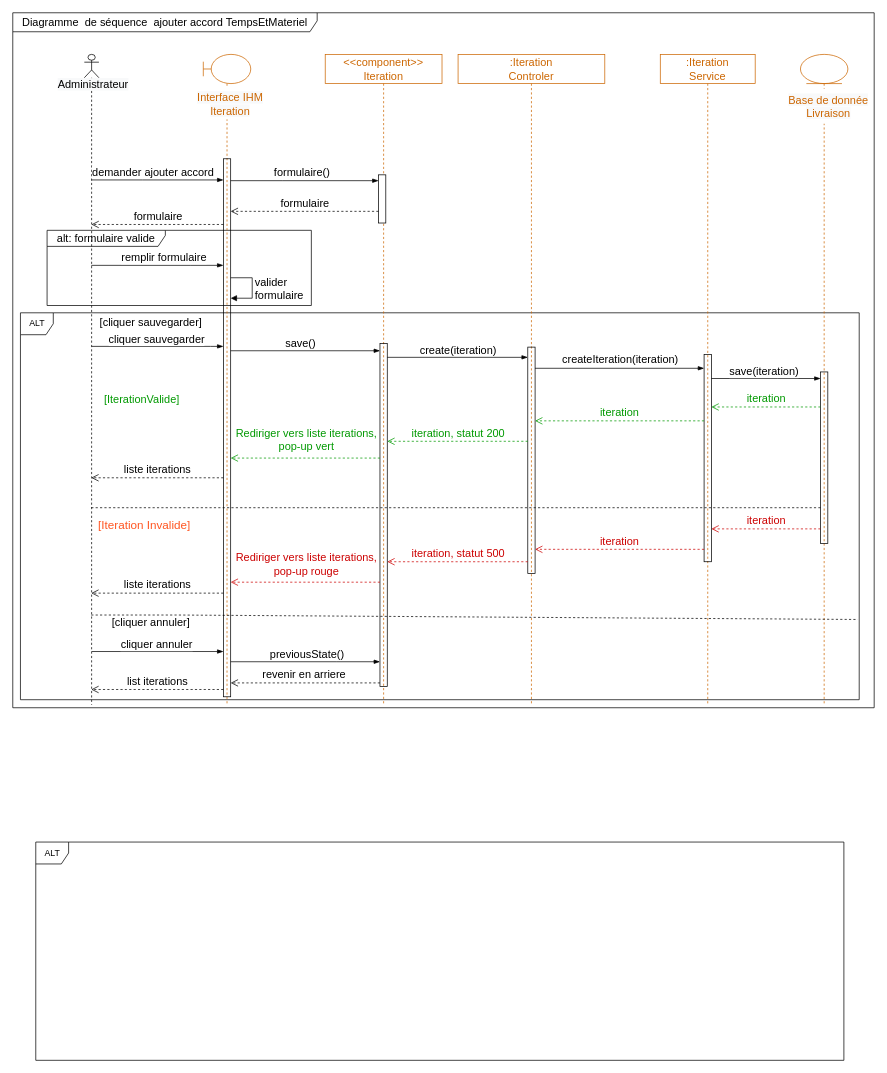
This is Delivery/Iteration&taskDiagrammeSequence.drawio from ZidiMedAmine/UML, a draw.io file, before an edit. Source tidied: cells renumbered, new cells numbered last; positions are measured from the earlier drawing's top-left corner, leaving out a move shared by most shapes. Both pictures are drawn from the tidied source at 73%, with x=0, y=0 at pixel (12, 12).
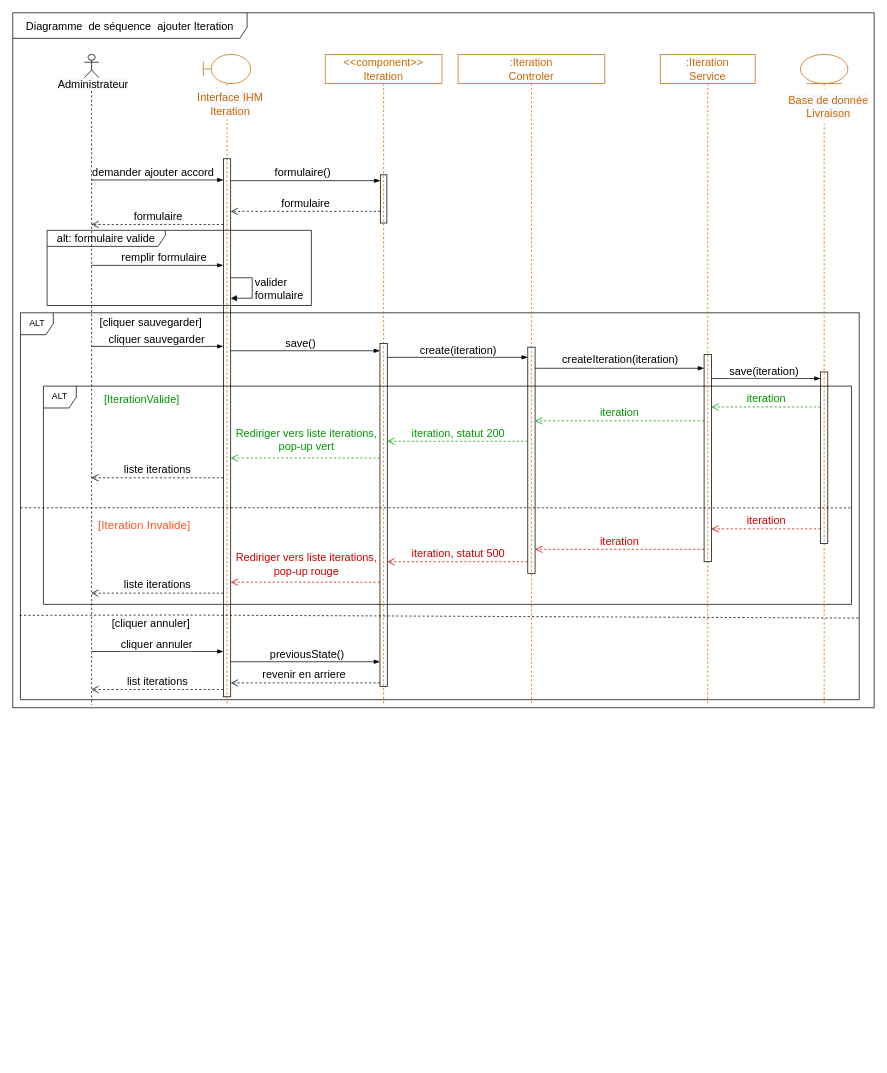
The same page after the edit.

Commit message (it also covers changes not shown here):
Mettre à jour Iteration&taskDiagrammeSequence.drawio

Unchanged cells that the change refers to:
```xml
<mxCell id="3" value="ALT" style="shape=umlFrame;whiteSpace=wrap;html=1;width=45;height=30;" parent="1" vertex="1">
  <mxGeometry x="10.5" y="411" width="1149" height="530" as="geometry" />
</mxCell>
<mxCell id="8" style="shape=umlLifeline;participant=umlActor;perimeter=lifelinePerimeter;whiteSpace=wrap;html=1;verticalAlign=top;spacingTop=36;outlineConnect=0;fillColor=none;size=32;sketch=0;shadow=0;rounded=0;glass=0;" parent="1" vertex="1">
  <mxGeometry x="98" y="57" width="20" height="891" as="geometry" />
</mxCell>
<mxCell id="13" style="html=1;points=[];perimeter=orthogonalPerimeter;rounded=0;shadow=0;glass=0;sketch=0;fontSize=15;fillColor=none;" parent="12" vertex="1">
  <mxGeometry x="27.5" y="435" width="10" height="235" as="geometry" />
</mxCell>
<mxCell id="27" value="&amp;lt;&amp;lt;component&amp;gt;&amp;gt;&lt;br&gt;Iteration" style="shape=umlLifeline;perimeter=lifelinePerimeter;whiteSpace=wrap;html=1;rounded=0;shadow=0;glass=0;sketch=0;fillColor=none;fontSize=15;fontColor=#CC6600;strokeColor=#CC6600;" parent="1" vertex="1">
  <mxGeometry x="428" y="57" width="160" height="891" as="geometry" />
</mxCell>
```

Change to the diagram source:
```diff
@@
-    <mxCell id="2" value="Diagramme&amp;nbsp; de séquence&amp;nbsp; ajouter accord TempsEtMateriel" style="shape=umlFrame;whiteSpace=wrap;html=1;rounded=0;shadow=0;glass=0;sketch=0;fontSize=15;fillColor=none;width=417;height=26;" parent="1" vertex="1">
+    <mxCell id="2" value="Diagramme&amp;nbsp; de séquence&amp;nbsp; ajouter Iteration" style="shape=umlFrame;whiteSpace=wrap;html=1;rounded=0;shadow=0;glass=0;sketch=0;fontSize=15;fillColor=none;width=321;height=35;" parent="1" vertex="1">
       <mxGeometry width="1180" height="952" as="geometry" />
     </mxCell>
@@
+    <mxCell id="62" value="ALT" style="shape=umlFrame;whiteSpace=wrap;html=1;width=45;height=30;" parent="1" vertex="1">
+      <mxGeometry x="42" y="511.4" width="1107" height="299" as="geometry" />
+    </mxCell>
@@
-    <mxCell id="7" style="edgeStyle=none;rounded=0;jettySize=auto;html=1;fontSize=15;fontColor=#000000;strokeColor=#000000;endArrow=none;endFill=0;dashed=1;" parent="1" edge="1" target="13">
+    <mxCell id="7" style="edgeStyle=none;rounded=0;jettySize=auto;html=1;fontSize=15;fontColor=#000000;strokeColor=#000000;endArrow=none;endFill=0;dashed=1;exitX=0;exitY=0.504;exitDx=0;exitDy=0;exitPerimeter=0;entryX=1;entryY=0.558;entryDx=0;entryDy=0;entryPerimeter=0;" parent="1" edge="1" source="3" target="62">
       <mxGeometry relative="1" as="geometry">
-        <mxPoint x="107.5" y="678" as="sourcePoint" />
         <Array as="points">
           <mxPoint x="226" y="678" />
         </Array>
       </mxGeometry>
     </mxCell>
@@
-    <mxCell id="28" style="html=1;points=[];perimeter=orthogonalPerimeter;" parent="27" vertex="1">
-      <mxGeometry x="73" y="165" width="10" height="66" as="geometry" />
+    <mxCell id="28" style="html=1;points=[];perimeter=orthogonalPerimeter;fontSize=15;fillColor=none;rounded=0;shadow=0;glass=0;sketch=0;" parent="27" vertex="1">
+      <mxGeometry x="75.5" y="165" width="9" height="66" as="geometry" />
     </mxCell>
@@
     <mxCell id="52" value="&lt;div style=&quot;text-align: left;&quot;&gt;&lt;span style=&quot;color: rgb(0, 0, 0); text-align: center; background-color: rgb(255, 255, 255);&quot;&gt;&lt;font style=&quot;font-size: 15px;&quot;&gt;[cliquer annuler]&lt;/font&gt;&lt;/span&gt;&lt;br&gt;&lt;/div&gt;" style="text;html=1;strokeColor=none;fillColor=none;align=center;verticalAlign=bottom;whiteSpace=wrap;rounded=0;fontSize=15;fontColor=#009900;" parent="1" vertex="1">
-      <mxGeometry x="114.9" y="822" width="148.5" height="24.4" as="geometry" />
+      <mxGeometry x="114.9" y="824" width="148.5" height="24.4" as="geometry" />
     </mxCell>
@@
-    <mxCell id="55" style="edgeStyle=none;rounded=0;jettySize=auto;html=1;fontSize=15;fontColor=#000000;strokeColor=#000000;endArrow=none;endFill=0;dashed=1;entryX=0.981;entryY=0.873;entryDx=0;entryDy=0;entryPerimeter=0;" parent="1" edge="1" source="8" target="2">
+    <mxCell id="55" style="edgeStyle=none;rounded=0;orthogonalLoop=1;jettySize=auto;html=1;fontSize=15;fontColor=#000000;strokeColor=#000000;endArrow=none;endFill=0;dashed=1;entryX=1;entryY=0.789;entryDx=0;entryDy=0;entryPerimeter=0;exitX=-0.001;exitY=0.782;exitDx=0;exitDy=0;exitPerimeter=0;" parent="1" edge="1" source="3" target="3">
       <mxGeometry relative="1" as="geometry">
         <Array as="points">
           <mxPoint x="226" y="825" />
         </Array>
       </mxGeometry>
     </mxCell>
@@
-    <mxCell id="62" value="ALT" style="shape=umlFrame;whiteSpace=wrap;html=1;width=45;height=30;" parent="1" vertex="1">
-      <mxGeometry x="31.5" y="1136" width="1107" height="299" as="geometry" />
-    </mxCell>
```
